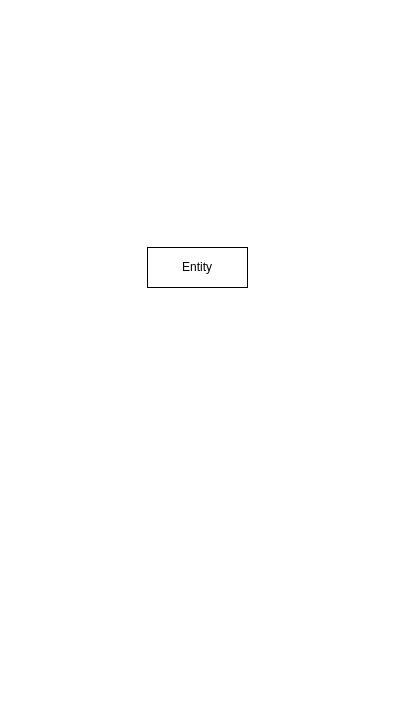
The draw.io diagram page "Page-1" (1 of 3) of hanbit.drawio in LeeYeongDae/oraclesource, before the edit. Source tidied: cells renumbered, new cells numbered last; positions are measured from the earlier drawing's top-left corner, leaving out a move shared by most shapes. Both pictures are drawn from the tidied source at 100%, with x=0, y=0 at pixel (147, 247).
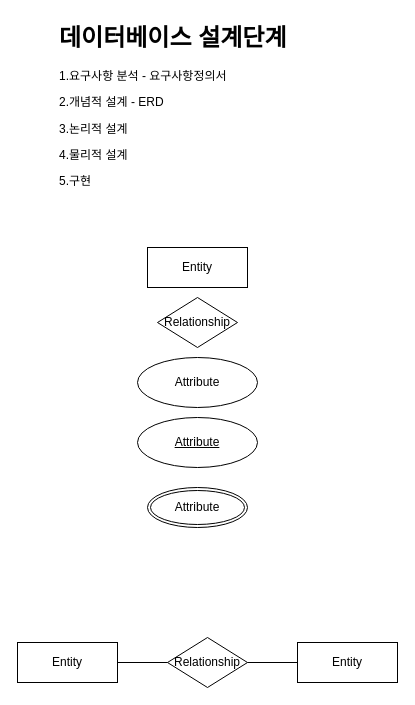
Above is the later version.

Commit message:
ERD, 스키마테이블 예제

What changed in the source:
```diff
@@
 <mxGraphModel>
   <root>
     <mxCell id="0" />
     <mxCell id="1" parent="0" />
     <mxCell id="2" value="Entity" style="whiteSpace=wrap;html=1;align=center;" parent="1" vertex="1">
       <mxGeometry width="100" height="40" as="geometry" />
     </mxCell>
+    <mxCell id="3" value="&lt;h1 style=&quot;margin-top: 0px;&quot;&gt;데이터베이스 설계단계&lt;/h1&gt;&lt;p&gt;1.요구사항 분석 - 요구사항정의서&lt;/p&gt;&lt;p&gt;2.개념적 설계 - ERD&lt;/p&gt;&lt;p&gt;3.논리적 설계&lt;/p&gt;&lt;p&gt;4.물리적 설계&lt;/p&gt;&lt;p&gt;5.구현&amp;nbsp;&lt;/p&gt;" style="text;html=1;whiteSpace=wrap;overflow=hidden;rounded=0;" parent="1" vertex="1">
+      <mxGeometry x="-90" y="-230" width="260" height="180" as="geometry" />
+    </mxCell>
+    <mxCell id="4" value="Relationship" style="rhombus;whiteSpace=wrap;html=1;" parent="1" vertex="1">
+      <mxGeometry x="10" y="50" width="80" height="50" as="geometry" />
+    </mxCell>
+    <mxCell id="5" value="Attribute" style="ellipse;whiteSpace=wrap;html=1;" parent="1" vertex="1">
+      <mxGeometry x="-10" y="110" width="120" height="50" as="geometry" />
+    </mxCell>
+    <mxCell id="6" value="&lt;u&gt;Attribute&lt;/u&gt;" style="ellipse;whiteSpace=wrap;html=1;" parent="1" vertex="1">
+      <mxGeometry x="-10" y="170" width="120" height="50" as="geometry" />
+    </mxCell>
+    <mxCell id="7" value="Entity" style="whiteSpace=wrap;html=1;align=center;" parent="1" vertex="1">
+      <mxGeometry x="-130" y="395" width="100" height="40" as="geometry" />
+    </mxCell>
+    <mxCell id="8" value="Relationship" style="rhombus;whiteSpace=wrap;html=1;" parent="1" vertex="1">
+      <mxGeometry x="20" y="390" width="80" height="50" as="geometry" />
+    </mxCell>
+    <mxCell id="9" value="Entity" style="whiteSpace=wrap;html=1;align=center;" parent="1" vertex="1">
+      <mxGeometry x="150" y="395" width="100" height="40" as="geometry" />
+    </mxCell>
+    <mxCell id="10" style="endArrow=none;html=1;rounded=0;entryX=0;entryY=0.5;entryDx=0;entryDy=0;" parent="1" edge="1" source="7" target="8">
+      <mxGeometry relative="1" as="geometry" />
+    </mxCell>
+    <mxCell id="11" style="endArrow=none;html=1;rounded=0;exitX=1;exitY=0.5;exitDx=0;exitDy=0;" parent="1" edge="1" source="8">
+      <mxGeometry relative="1" as="geometry">
+        <mxPoint x="150" y="415" as="targetPoint" />
+      </mxGeometry>
+    </mxCell>
+    <mxCell id="12" value="Attribute" style="ellipse;shape=doubleEllipse;margin=3;whiteSpace=wrap;html=1;align=center;" parent="1" vertex="1">
+      <mxGeometry y="240" width="100" height="40" as="geometry" />
+    </mxCell>
   </root>
 </mxGraphModel>
```
